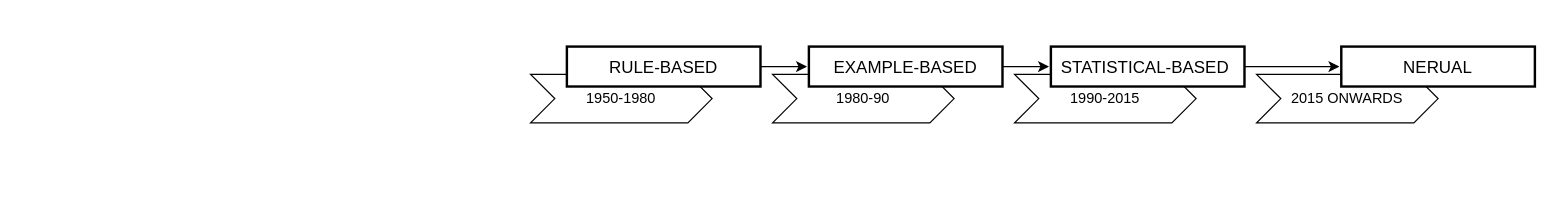
Before: nmt/history of nmt.drawio in SAGAR-TAMANG/research_graphs, a draw.io diagram. Source tidied: cells renumbered, new cells numbered last; positions are measured from the earlier drawing's top-left corner, leaving out a move shared by most shapes. Both pictures are drawn from the tidied source at 121%, with x=0, y=0 at pixel (530, 46).
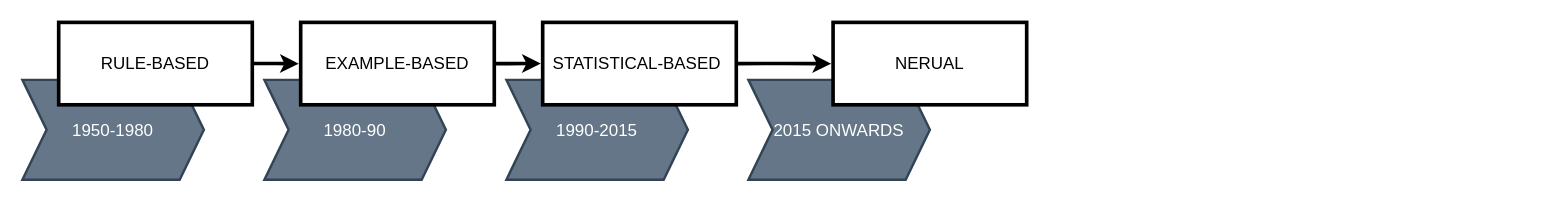
After the change.

Change to the diagram source:
```diff
@@
 <mxGraphModel>
   <root>
     <mxCell id="0" />
     <mxCell id="1" parent="0" />
-    <mxCell id="2" value="2015 ONWARDS" style="shape=step;perimeter=stepPerimeter;whiteSpace=wrap;html=1;fixedSize=1;" parent="1" vertex="1">
-      <mxGeometry x="600" y="23" width="150" height="40" as="geometry" />
+    <mxCell id="2" value="2015 ONWARDS" style="shape=step;perimeter=stepPerimeter;whiteSpace=wrap;html=1;fixedSize=1;strokeWidth=2;strokeColor=#314354;fillColor=#647687;fontColor=#ffffff;fontSize=14;" parent="1" vertex="1">
+      <mxGeometry x="180" y="27.5" width="150" height="82.5" as="geometry" />
     </mxCell>
-    <mxCell id="3" value="1990-2015" style="shape=step;perimeter=stepPerimeter;whiteSpace=wrap;html=1;fixedSize=1;" parent="1" vertex="1">
-      <mxGeometry x="400" y="23" width="150" height="40" as="geometry" />
+    <mxCell id="3" value="1990-2015" style="shape=step;perimeter=stepPerimeter;whiteSpace=wrap;html=1;fixedSize=1;strokeWidth=2;strokeColor=#314354;fillColor=#647687;fontColor=#ffffff;fontSize=14;" parent="1" vertex="1">
+      <mxGeometry x="-20" y="27.5" width="150" height="82.5" as="geometry" />
     </mxCell>
-    <mxCell id="4" value="1980-90" style="shape=step;perimeter=stepPerimeter;whiteSpace=wrap;html=1;fixedSize=1;" parent="1" vertex="1">
-      <mxGeometry x="200" y="23" width="150" height="40" as="geometry" />
+    <mxCell id="4" value="1980-90" style="shape=step;perimeter=stepPerimeter;whiteSpace=wrap;html=1;fixedSize=1;strokeWidth=2;strokeColor=#314354;fillColor=#647687;fontColor=#ffffff;fontSize=14;" parent="1" vertex="1">
+      <mxGeometry x="-220" y="27.5" width="150" height="82.5" as="geometry" />
     </mxCell>
-    <mxCell id="5" value="1950-1980" style="shape=step;perimeter=stepPerimeter;whiteSpace=wrap;html=1;fixedSize=1;" parent="1" vertex="1">
-      <mxGeometry y="23" width="150" height="40" as="geometry" />
+    <mxCell id="5" value="1950-1980" style="shape=step;perimeter=stepPerimeter;whiteSpace=wrap;html=1;fixedSize=1;strokeWidth=2;strokeColor=#314354;fillColor=#647687;fontColor=#ffffff;fontSize=14;" parent="1" vertex="1">
+      <mxGeometry x="-420" y="27.5" width="150" height="82.5" as="geometry" />
     </mxCell>
-    <mxCell id="6" style="edgeStyle=orthogonalEdgeStyle;rounded=0;jettySize=auto;html=1;entryX=-0.01;entryY=0.501;entryDx=0;entryDy=0;entryPerimeter=0;" parent="1" edge="1" source="7" target="8">
-      <mxGeometry relative="1" as="geometry" />
-    </mxCell>
-    <mxCell id="7" value="RULE-BASED" style="whiteSpace=wrap;strokeWidth=2;fontSize=14;" parent="1" vertex="1">
-      <mxGeometry x="30" width="160" height="33" as="geometry" />
+    <mxCell id="7" value="RULE-BASED" style="whiteSpace=wrap;strokeWidth=3;fontSize=14;" parent="1" vertex="1">
+      <mxGeometry x="-390" y="-20" width="160" height="68.1" as="geometry" />
     </mxCell>
-    <mxCell id="8" value="EXAMPLE-BASED" style="whiteSpace=wrap;strokeWidth=2;fontSize=14;" parent="1" vertex="1">
-      <mxGeometry x="230" width="160" height="33" as="geometry" />
+    <mxCell id="8" value="EXAMPLE-BASED" style="whiteSpace=wrap;strokeWidth=3;fontSize=14;" parent="1" vertex="1">
+      <mxGeometry x="-190" y="-20" width="160" height="68.1" as="geometry" />
     </mxCell>
+    <mxCell id="6" style="edgeStyle=orthogonalEdgeStyle;rounded=0;jettySize=auto;html=1;entryX=-0.01;entryY=0.501;entryDx=0;entryDy=0;entryPerimeter=0;strokeWidth=3;" parent="1" edge="1" source="7" target="8">
+      <mxGeometry relative="1" as="geometry" />
+    </mxCell>
-    <mxCell id="9" value="STATISTICAL-BASED " style="whiteSpace=wrap;strokeWidth=2;fontSize=14;" parent="1" vertex="1">
-      <mxGeometry x="430" width="160" height="33" as="geometry" />
+    <mxCell id="9" value="STATISTICAL-BASED " style="whiteSpace=wrap;strokeWidth=3;fontSize=14;" parent="1" vertex="1">
+      <mxGeometry x="10" y="-20" width="160" height="68.1" as="geometry" />
     </mxCell>
-    <mxCell id="10" style="edgeStyle=orthogonalEdgeStyle;rounded=0;jettySize=auto;html=1;entryX=-0.01;entryY=0.501;entryDx=0;entryDy=0;entryPerimeter=0;exitX=1;exitY=0.5;exitDx=0;exitDy=0;" parent="1" edge="1" source="8" target="9">
+    <mxCell id="10" style="edgeStyle=orthogonalEdgeStyle;rounded=0;jettySize=auto;html=1;entryX=-0.01;entryY=0.501;entryDx=0;entryDy=0;entryPerimeter=0;exitX=1;exitY=0.5;exitDx=0;exitDy=0;strokeWidth=3;" parent="1" edge="1" source="8" target="9">
       <mxGeometry relative="1" as="geometry" />
     </mxCell>
-    <mxCell id="11" value="NERUAL" style="whiteSpace=wrap;strokeWidth=2;fontSize=14;" parent="1" vertex="1">
-      <mxGeometry x="670" width="160" height="33" as="geometry" />
+    <mxCell id="11" value="NERUAL" style="whiteSpace=wrap;strokeWidth=3;fontSize=14;" parent="1" vertex="1">
+      <mxGeometry x="250" y="-20" width="160" height="68.1" as="geometry" />
     </mxCell>
-    <mxCell id="12" style="edgeStyle=orthogonalEdgeStyle;rounded=0;jettySize=auto;html=1;entryX=-0.01;entryY=0.501;entryDx=0;entryDy=0;entryPerimeter=0;exitX=1;exitY=0.5;exitDx=0;exitDy=0;" parent="1" edge="1" source="9" target="11">
+    <mxCell id="12" style="edgeStyle=orthogonalEdgeStyle;rounded=0;jettySize=auto;html=1;entryX=-0.01;entryY=0.501;entryDx=0;entryDy=0;entryPerimeter=0;exitX=1;exitY=0.5;exitDx=0;exitDy=0;strokeWidth=3;" parent="1" edge="1" source="9" target="11">
       <mxGeometry relative="1" as="geometry" />
     </mxCell>
   </root>
 </mxGraphModel>
```
